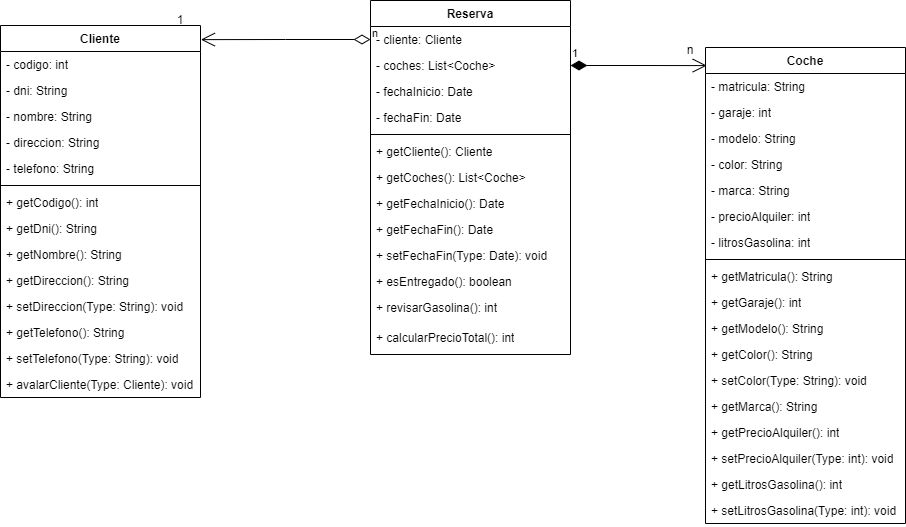
Before: unidad-4/Class-Diagram-Maxi/automoviles-maxi.png, a diagram exported from draw.io (mackstm/ets). Source tidied: cells renumbered, new cells last; positions are measured from the earlier drawing's top-left corner, leaving out a move shared by most shapes.
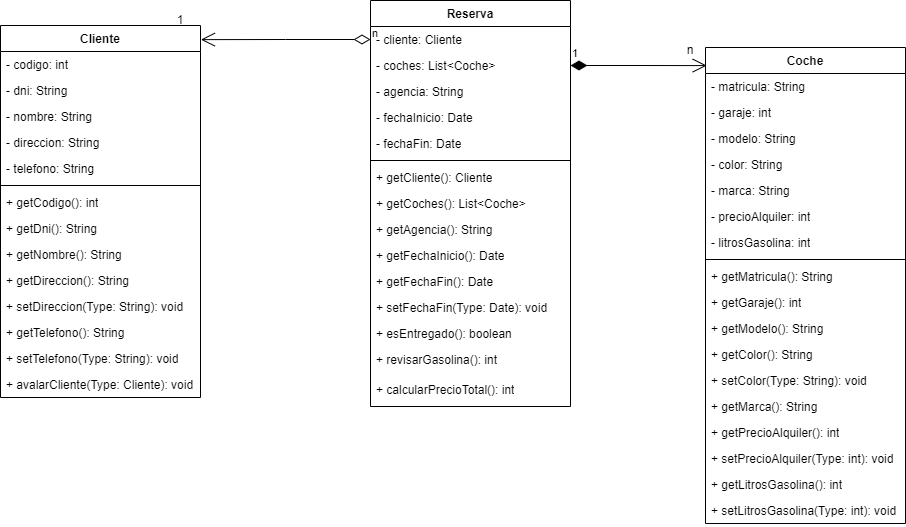
Later version of the same file.

Diff of the diagram source:
```diff
@@ -48,7 +48,7 @@
       <mxGeometry y="346" width="200" height="26" as="geometry" />
     </mxCell>
     <mxCell id="17" value="Reserva" style="swimlane;fontStyle=1;align=center;verticalAlign=top;horizontal=1;startSize=26;whiteSpace=wrap;html=1;" parent="1" vertex="1">
-      <mxGeometry x="370" width="200" height="354" as="geometry" />
+      <mxGeometry x="370" width="200" height="406" as="geometry" />
     </mxCell>
     <mxCell id="18" value="- cliente: Cliente" style="text;strokeColor=none;fillColor=none;align=left;verticalAlign=top;spacingLeft=4;spacingRight=4;overflow=hidden;points=[[0,0.5],[1,0.5]];portConstraint=eastwest;whiteSpace=wrap;html=1;" parent="17" vertex="1">
       <mxGeometry y="26" width="200" height="26" as="geometry" />
@@ -56,38 +56,44 @@
     <mxCell id="19" value="- coches: List&amp;lt;Coche&amp;gt;" style="text;strokeColor=none;fillColor=none;align=left;verticalAlign=top;spacingLeft=4;spacingRight=4;overflow=hidden;points=[[0,0.5],[1,0.5]];portConstraint=eastwest;whiteSpace=wrap;html=1;" parent="17" vertex="1">
       <mxGeometry y="52" width="200" height="26" as="geometry" />
     </mxCell>
+    <mxCell id="54" value="- agencia: String" style="text;strokeColor=none;fillColor=none;align=left;verticalAlign=top;spacingLeft=4;spacingRight=4;overflow=hidden;whiteSpace=wrap;html=1;" parent="17" vertex="1">
+      <mxGeometry y="78" width="200" height="26" as="geometry" />
+    </mxCell>
     <mxCell id="20" value="- fechaInicio: Date" style="text;strokeColor=none;fillColor=none;align=left;verticalAlign=top;spacingLeft=4;spacingRight=4;overflow=hidden;whiteSpace=wrap;html=1;" parent="17" vertex="1">
-      <mxGeometry y="78" width="200" height="26" as="geometry" />
+      <mxGeometry y="104" width="200" height="26" as="geometry" />
     </mxCell>
     <mxCell id="21" value="- fechaFin: Date" style="text;strokeColor=none;fillColor=none;align=left;verticalAlign=top;spacingLeft=4;spacingRight=4;overflow=hidden;whiteSpace=wrap;html=1;" parent="17" vertex="1">
-      <mxGeometry y="104" width="200" height="26" as="geometry" />
+      <mxGeometry y="130" width="200" height="26" as="geometry" />
     </mxCell>
     <mxCell id="22" style="line;strokeWidth=1;fillColor=none;align=left;verticalAlign=middle;spacingTop=-1;spacingLeft=3;spacingRight=3;labelPosition=right;strokeColor=inherit;" parent="17" vertex="1">
-      <mxGeometry y="130" width="200" height="8" as="geometry" />
+      <mxGeometry y="156" width="200" height="8" as="geometry" />
     </mxCell>
     <mxCell id="23" value="+ getCliente(): Cliente" style="text;strokeColor=none;fillColor=none;align=left;verticalAlign=top;spacingLeft=4;spacingRight=4;overflow=hidden;whiteSpace=wrap;html=1;" parent="17" vertex="1">
-      <mxGeometry y="138" width="200" height="26" as="geometry" />
+      <mxGeometry y="164" width="200" height="26" as="geometry" />
     </mxCell>
     <mxCell id="24" value="+ getCoches(): List&amp;lt;Coche&amp;gt;" style="text;strokeColor=none;fillColor=none;align=left;verticalAlign=top;spacingLeft=4;spacingRight=4;overflow=hidden;whiteSpace=wrap;html=1;" parent="17" vertex="1">
-      <mxGeometry y="164" width="200" height="26" as="geometry" />
+      <mxGeometry y="190" width="200" height="26" as="geometry" />
     </mxCell>
+    <mxCell id="55" value="+ getAgencia(): String" style="text;strokeColor=none;fillColor=none;align=left;verticalAlign=top;spacingLeft=4;spacingRight=4;overflow=hidden;whiteSpace=wrap;html=1;" parent="17" vertex="1">
+      <mxGeometry y="216" width="200" height="26" as="geometry" />
+    </mxCell>
     <mxCell id="25" value="+ getFechaInicio(): Date" style="text;strokeColor=none;fillColor=none;align=left;verticalAlign=top;spacingLeft=4;spacingRight=4;overflow=hidden;whiteSpace=wrap;html=1;" parent="17" vertex="1">
-      <mxGeometry y="190" width="200" height="26" as="geometry" />
+      <mxGeometry y="242" width="200" height="26" as="geometry" />
     </mxCell>
     <mxCell id="26" value="+ getFechaFin(): Date" style="text;strokeColor=none;fillColor=none;align=left;verticalAlign=top;spacingLeft=4;spacingRight=4;overflow=hidden;whiteSpace=wrap;html=1;" parent="17" vertex="1">
-      <mxGeometry y="216" width="200" height="26" as="geometry" />
+      <mxGeometry y="268" width="200" height="26" as="geometry" />
     </mxCell>
     <mxCell id="27" value="+ setFechaFin(Type: Date): void" style="text;strokeColor=none;fillColor=none;align=left;verticalAlign=top;spacingLeft=4;spacingRight=4;overflow=hidden;whiteSpace=wrap;html=1;" parent="17" vertex="1">
-      <mxGeometry y="242" width="200" height="26" as="geometry" />
+      <mxGeometry y="294" width="200" height="26" as="geometry" />
     </mxCell>
     <mxCell id="28" value="+ esEntregado(): boolean" style="text;strokeColor=none;fillColor=none;align=left;verticalAlign=top;spacingLeft=4;spacingRight=4;overflow=hidden;whiteSpace=wrap;html=1;" parent="17" vertex="1">
-      <mxGeometry y="268" width="200" height="26" as="geometry" />
+      <mxGeometry y="320" width="200" height="26" as="geometry" />
     </mxCell>
     <mxCell id="29" value="+ revisarGasolina(): int" style="text;strokeColor=none;fillColor=none;align=left;verticalAlign=top;spacingLeft=4;spacingRight=4;overflow=hidden;whiteSpace=wrap;html=1;" parent="17" vertex="1">
-      <mxGeometry y="294" width="200" height="30" as="geometry" />
+      <mxGeometry y="346" width="200" height="30" as="geometry" />
     </mxCell>
     <mxCell id="30" value="+ calcularPrecioTotal(): int" style="text;strokeColor=none;fillColor=none;align=left;verticalAlign=top;spacingLeft=4;spacingRight=4;overflow=hidden;whiteSpace=wrap;html=1;" parent="17" vertex="1">
-      <mxGeometry y="324" width="200" height="30" as="geometry" />
+      <mxGeometry y="376" width="200" height="30" as="geometry" />
     </mxCell>
     <mxCell id="31" value="Coche" style="swimlane;fontStyle=1;align=center;verticalAlign=top;horizontal=1;startSize=26;whiteSpace=wrap;html=1;" parent="1" vertex="1">
       <mxGeometry x="705" y="47" width="200" height="476" as="geometry" />
```
